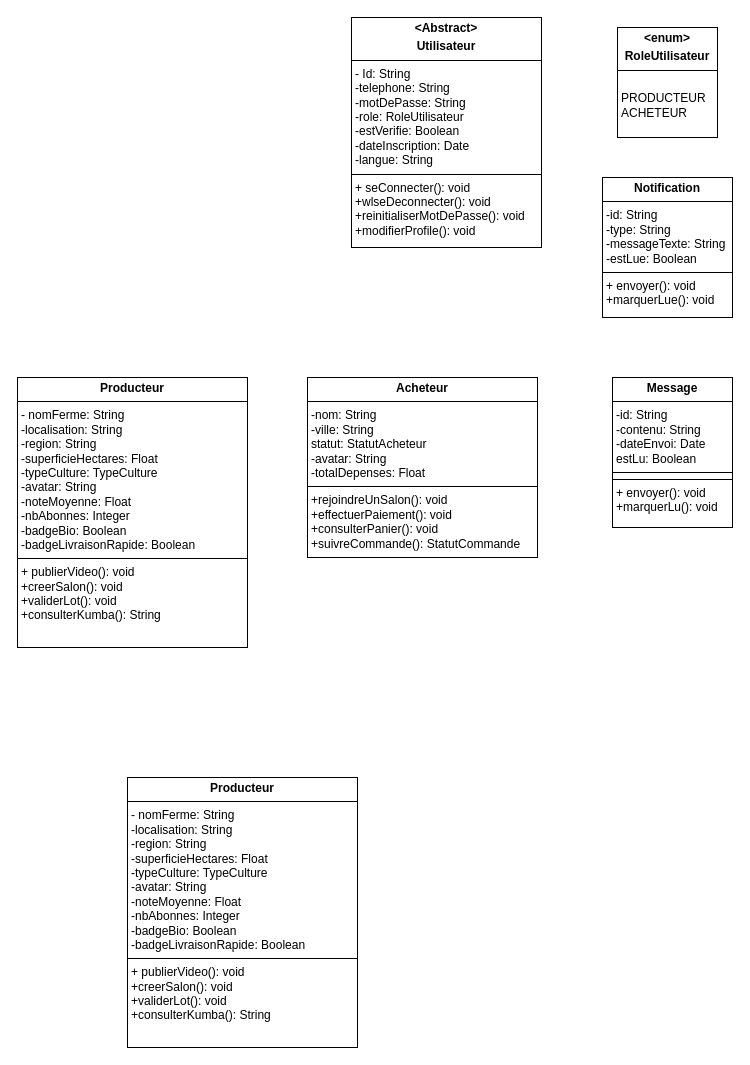
Awa425/agritech-backend keeps this draw.io diagram as Untitled Diagram.drawio. Above is the earlier version. Source tidied: cells renumbered, new cells numbered last; positions are measured from the earlier drawing's top-left corner, leaving out a move shared by most shapes. Both pictures are drawn from the tidied source at 100%, with x=0, y=0 at pixel (17, 17).
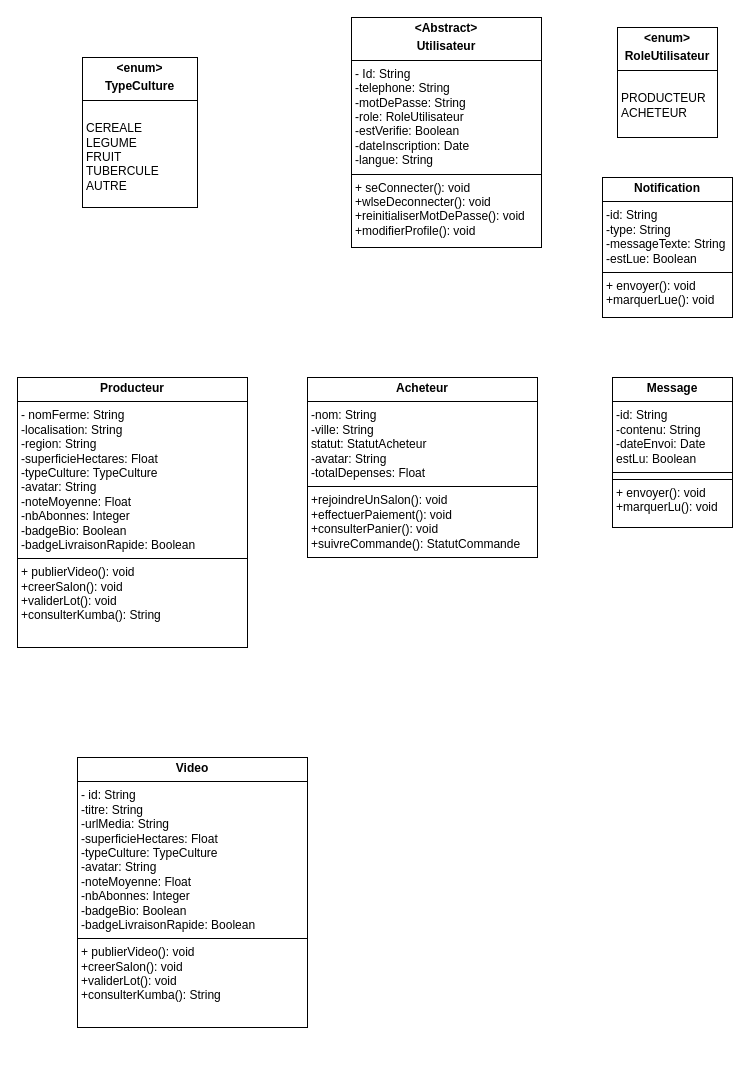
The same diagram, later.

The edit, as a diff of the source:
```diff
@@
 <mxGraphModel>
   <root>
     <mxCell id="0" />
     <mxCell id="1" parent="0" />
     <mxCell id="2" value="&lt;p style=&quot;margin:0px;margin-top:4px;text-align:center;&quot;&gt;&lt;b&gt;&amp;lt;Abstract&amp;gt;&lt;/b&gt;&lt;/p&gt;&lt;p style=&quot;margin:0px;margin-top:4px;text-align:center;&quot;&gt;&lt;b&gt;Utilisateur&lt;/b&gt;&lt;/p&gt;&lt;hr size=&quot;1&quot; style=&quot;border-style:solid;&quot;&gt;&lt;p style=&quot;margin:0px;margin-left:4px;&quot;&gt;- Id: String&lt;/p&gt;&lt;p style=&quot;margin:0px;margin-left:4px;&quot;&gt;-telephone: String&lt;/p&gt;&lt;p style=&quot;margin:0px;margin-left:4px;&quot;&gt;-motDePasse: String&lt;/p&gt;&lt;p style=&quot;margin:0px;margin-left:4px;&quot;&gt;-role: RoleUtilisateur&lt;/p&gt;&lt;p style=&quot;margin:0px;margin-left:4px;&quot;&gt;-estVerifie: Boolean&lt;/p&gt;&lt;p style=&quot;margin:0px;margin-left:4px;&quot;&gt;-dateInscription: Date&lt;/p&gt;&lt;p style=&quot;margin:0px;margin-left:4px;&quot;&gt;-langue: String&lt;/p&gt;&lt;hr size=&quot;1&quot; style=&quot;border-style:solid;&quot;&gt;&lt;p style=&quot;margin:0px;margin-left:4px;&quot;&gt;+ seConnecter(): void&lt;/p&gt;&lt;p style=&quot;margin:0px;margin-left:4px;&quot;&gt;+wlseDeconnecter(): void&lt;/p&gt;&lt;p style=&quot;margin:0px;margin-left:4px;&quot;&gt;+reinitialiserMotDePasse(): void&lt;/p&gt;&lt;p style=&quot;margin:0px;margin-left:4px;&quot;&gt;+modifierProfile(): void&lt;/p&gt;" style="verticalAlign=top;align=left;overflow=fill;html=1;whiteSpace=wrap;" parent="1" vertex="1">
       <mxGeometry x="334" width="190" height="230" as="geometry" />
     </mxCell>
     <mxCell id="3" value="&lt;p style=&quot;margin:0px;margin-top:4px;text-align:center;&quot;&gt;&lt;b&gt;Acheteur&lt;/b&gt;&lt;/p&gt;&lt;hr size=&quot;1&quot; style=&quot;border-style:solid;&quot;&gt;&lt;p style=&quot;margin:0px;margin-left:4px;&quot;&gt;-nom: String&lt;/p&gt;&lt;p style=&quot;margin:0px;margin-left:4px;&quot;&gt;-ville: String&lt;/p&gt;&lt;p style=&quot;margin:0px;margin-left:4px;&quot;&gt;statut: StatutAcheteur&lt;/p&gt;&lt;p style=&quot;margin:0px;margin-left:4px;&quot;&gt;-avatar: String&lt;/p&gt;&lt;p style=&quot;margin:0px;margin-left:4px;&quot;&gt;-totalDepenses: Float&lt;/p&gt;&lt;hr size=&quot;1&quot; style=&quot;border-style:solid;&quot;&gt;&lt;p style=&quot;margin:0px;margin-left:4px;&quot;&gt;+rejoindreUnSalon(): void&lt;/p&gt;&lt;p style=&quot;margin:0px;margin-left:4px;&quot;&gt;+effectuerPaiement(): void&lt;/p&gt;&lt;p style=&quot;margin:0px;margin-left:4px;&quot;&gt;+consulterPanier(): void&lt;/p&gt;&lt;p style=&quot;margin:0px;margin-left:4px;&quot;&gt;+suivreCommande(): StatutCommande&lt;/p&gt;" style="verticalAlign=top;align=left;overflow=fill;html=1;whiteSpace=wrap;" parent="1" vertex="1">
       <mxGeometry x="290" y="360" width="230" height="180" as="geometry" />
     </mxCell>
     <mxCell id="4" value="&lt;p style=&quot;margin:0px;margin-top:4px;text-align:center;&quot;&gt;&lt;b&gt;&amp;lt;enum&amp;gt;&lt;/b&gt;&lt;/p&gt;&lt;p style=&quot;margin:0px;margin-top:4px;text-align:center;&quot;&gt;&lt;b&gt;RoleUtilisateur&lt;/b&gt;&lt;/p&gt;&lt;hr size=&quot;1&quot; style=&quot;border-style:solid;&quot;&gt;&lt;p style=&quot;margin:0px;margin-left:4px;&quot;&gt;&lt;br&gt;&lt;/p&gt;&lt;p style=&quot;margin:0px;margin-left:4px;&quot;&gt;PRODUCTEUR&lt;/p&gt;&lt;p style=&quot;margin:0px;margin-left:4px;&quot;&gt;ACHETEUR&lt;/p&gt;" style="verticalAlign=top;align=left;overflow=fill;html=1;whiteSpace=wrap;" parent="1" vertex="1">
       <mxGeometry x="600" y="10" width="100" height="110" as="geometry" />
     </mxCell>
     <mxCell id="5" value="&lt;p style=&quot;margin:0px;margin-top:4px;text-align:center;&quot;&gt;&lt;b&gt;Message&lt;/b&gt;&lt;/p&gt;&lt;hr size=&quot;1&quot; style=&quot;border-style:solid;&quot;&gt;&lt;p style=&quot;margin:0px;margin-left:4px;&quot;&gt;-id: String&lt;/p&gt;&lt;p style=&quot;margin:0px;margin-left:4px;&quot;&gt;-contenu: String&lt;/p&gt;&lt;p style=&quot;margin:0px;margin-left:4px;&quot;&gt;-dateEnvoi: Date&lt;/p&gt;&lt;p style=&quot;margin:0px;margin-left:4px;&quot;&gt;estLu: Boolean&lt;/p&gt;&lt;hr size=&quot;1&quot; style=&quot;border-style:solid;&quot;&gt;&lt;hr size=&quot;1&quot; style=&quot;border-style: solid;&quot;&gt;&lt;p style=&quot;margin: 0px 0px 0px 4px;&quot;&gt;+ envoyer(): void&lt;/p&gt;&lt;p style=&quot;margin: 0px 0px 0px 4px;&quot;&gt;+marquerLu(): void&lt;/p&gt;" style="verticalAlign=top;align=left;overflow=fill;html=1;whiteSpace=wrap;" parent="1" vertex="1">
       <mxGeometry x="595" y="360" width="120" height="150" as="geometry" />
     </mxCell>
     <mxCell id="6" value="&lt;p style=&quot;margin:0px;margin-top:4px;text-align:center;&quot;&gt;&lt;b&gt;Notification&lt;/b&gt;&lt;/p&gt;&lt;hr size=&quot;1&quot; style=&quot;border-style:solid;&quot;&gt;&lt;p style=&quot;margin:0px;margin-left:4px;&quot;&gt;-id: String&lt;/p&gt;&lt;p style=&quot;margin:0px;margin-left:4px;&quot;&gt;-type: String&lt;/p&gt;&lt;p style=&quot;margin:0px;margin-left:4px;&quot;&gt;-messageTexte: String&lt;/p&gt;&lt;p style=&quot;margin:0px;margin-left:4px;&quot;&gt;-estLue: Boolean&lt;/p&gt;&lt;hr size=&quot;1&quot; style=&quot;border-style:solid;&quot;&gt;&lt;p style=&quot;margin:0px;margin-left:4px;&quot;&gt;+ envoyer(): void&lt;/p&gt;&lt;p style=&quot;margin:0px;margin-left:4px;&quot;&gt;+marquerLue(): void&lt;/p&gt;" style="verticalAlign=top;align=left;overflow=fill;html=1;whiteSpace=wrap;" parent="1" vertex="1">
       <mxGeometry x="585" y="160" width="130" height="140" as="geometry" />
     </mxCell>
     <mxCell id="7" value="&lt;p style=&quot;margin:0px;margin-top:4px;text-align:center;&quot;&gt;&lt;b&gt;Producteur&lt;/b&gt;&lt;/p&gt;&lt;hr size=&quot;1&quot; style=&quot;border-style:solid;&quot;&gt;&lt;p style=&quot;margin:0px;margin-left:4px;&quot;&gt;- nomFerme: String&lt;/p&gt;&lt;p style=&quot;margin:0px;margin-left:4px;&quot;&gt;-localisation: String&lt;/p&gt;&lt;p style=&quot;margin:0px;margin-left:4px;&quot;&gt;-region: String&lt;/p&gt;&lt;p style=&quot;margin:0px;margin-left:4px;&quot;&gt;-superficieHectares: Float&lt;/p&gt;&lt;p style=&quot;margin:0px;margin-left:4px;&quot;&gt;-typeCulture: TypeCulture&lt;/p&gt;&lt;p style=&quot;margin:0px;margin-left:4px;&quot;&gt;-avatar: String&lt;/p&gt;&lt;p style=&quot;margin:0px;margin-left:4px;&quot;&gt;-noteMoyenne: Float&lt;/p&gt;&lt;p style=&quot;margin:0px;margin-left:4px;&quot;&gt;-nbAbonnes: Integer&lt;/p&gt;&lt;p style=&quot;margin:0px;margin-left:4px;&quot;&gt;-badgeBio: Boolean&lt;/p&gt;&lt;p style=&quot;margin:0px;margin-left:4px;&quot;&gt;-badgeLivraisonRapide: Boolean&lt;/p&gt;&lt;hr size=&quot;1&quot; style=&quot;border-style:solid;&quot;&gt;&lt;p style=&quot;margin:0px;margin-left:4px;&quot;&gt;+ publierVideo(): void&lt;/p&gt;&lt;p style=&quot;margin:0px;margin-left:4px;&quot;&gt;+creerSalon(): void&lt;/p&gt;&lt;p style=&quot;margin:0px;margin-left:4px;&quot;&gt;+validerLot(): void&lt;/p&gt;&lt;p style=&quot;margin:0px;margin-left:4px;&quot;&gt;+consulterKumba(): String&lt;/p&gt;" style="verticalAlign=top;align=left;overflow=fill;html=1;whiteSpace=wrap;" parent="1" vertex="1">
       <mxGeometry y="360" width="230" height="270" as="geometry" />
     </mxCell>
-    <mxCell id="8" value="&lt;p style=&quot;margin:0px;margin-top:4px;text-align:center;&quot;&gt;&lt;b&gt;Producteur&lt;/b&gt;&lt;/p&gt;&lt;hr size=&quot;1&quot; style=&quot;border-style:solid;&quot;&gt;&lt;p style=&quot;margin:0px;margin-left:4px;&quot;&gt;- nomFerme: String&lt;/p&gt;&lt;p style=&quot;margin:0px;margin-left:4px;&quot;&gt;-localisation: String&lt;/p&gt;&lt;p style=&quot;margin:0px;margin-left:4px;&quot;&gt;-region: String&lt;/p&gt;&lt;p style=&quot;margin:0px;margin-left:4px;&quot;&gt;-superficieHectares: Float&lt;/p&gt;&lt;p style=&quot;margin:0px;margin-left:4px;&quot;&gt;-typeCulture: TypeCulture&lt;/p&gt;&lt;p style=&quot;margin:0px;margin-left:4px;&quot;&gt;-avatar: String&lt;/p&gt;&lt;p style=&quot;margin:0px;margin-left:4px;&quot;&gt;-noteMoyenne: Float&lt;/p&gt;&lt;p style=&quot;margin:0px;margin-left:4px;&quot;&gt;-nbAbonnes: Integer&lt;/p&gt;&lt;p style=&quot;margin:0px;margin-left:4px;&quot;&gt;-badgeBio: Boolean&lt;/p&gt;&lt;p style=&quot;margin:0px;margin-left:4px;&quot;&gt;-badgeLivraisonRapide: Boolean&lt;/p&gt;&lt;hr size=&quot;1&quot; style=&quot;border-style:solid;&quot;&gt;&lt;p style=&quot;margin:0px;margin-left:4px;&quot;&gt;+ publierVideo(): void&lt;/p&gt;&lt;p style=&quot;margin:0px;margin-left:4px;&quot;&gt;+creerSalon(): void&lt;/p&gt;&lt;p style=&quot;margin:0px;margin-left:4px;&quot;&gt;+validerLot(): void&lt;/p&gt;&lt;p style=&quot;margin:0px;margin-left:4px;&quot;&gt;+consulterKumba(): String&lt;/p&gt;" style="verticalAlign=top;align=left;overflow=fill;html=1;whiteSpace=wrap;" parent="1" vertex="1">
-      <mxGeometry x="110" y="760" width="230" height="270" as="geometry" />
+    <mxCell id="8" value="&lt;p style=&quot;margin:0px;margin-top:4px;text-align:center;&quot;&gt;&lt;b&gt;Video&lt;/b&gt;&lt;/p&gt;&lt;hr size=&quot;1&quot; style=&quot;border-style:solid;&quot;&gt;&lt;p style=&quot;margin:0px;margin-left:4px;&quot;&gt;- id: String&lt;/p&gt;&lt;p style=&quot;margin:0px;margin-left:4px;&quot;&gt;-titre: String&lt;/p&gt;&lt;p style=&quot;margin:0px;margin-left:4px;&quot;&gt;-urlMedia: String&lt;/p&gt;&lt;p style=&quot;margin:0px;margin-left:4px;&quot;&gt;-superficieHectares: Float&lt;/p&gt;&lt;p style=&quot;margin:0px;margin-left:4px;&quot;&gt;-typeCulture: TypeCulture&lt;/p&gt;&lt;p style=&quot;margin:0px;margin-left:4px;&quot;&gt;-avatar: String&lt;/p&gt;&lt;p style=&quot;margin:0px;margin-left:4px;&quot;&gt;-noteMoyenne: Float&lt;/p&gt;&lt;p style=&quot;margin:0px;margin-left:4px;&quot;&gt;-nbAbonnes: Integer&lt;/p&gt;&lt;p style=&quot;margin:0px;margin-left:4px;&quot;&gt;-badgeBio: Boolean&lt;/p&gt;&lt;p style=&quot;margin:0px;margin-left:4px;&quot;&gt;-badgeLivraisonRapide: Boolean&lt;/p&gt;&lt;hr size=&quot;1&quot; style=&quot;border-style:solid;&quot;&gt;&lt;p style=&quot;margin:0px;margin-left:4px;&quot;&gt;+ publierVideo(): void&lt;/p&gt;&lt;p style=&quot;margin:0px;margin-left:4px;&quot;&gt;+creerSalon(): void&lt;/p&gt;&lt;p style=&quot;margin:0px;margin-left:4px;&quot;&gt;+validerLot(): void&lt;/p&gt;&lt;p style=&quot;margin:0px;margin-left:4px;&quot;&gt;+consulterKumba(): String&lt;/p&gt;" style="verticalAlign=top;align=left;overflow=fill;html=1;whiteSpace=wrap;" parent="1" vertex="1">
+      <mxGeometry x="60" y="740" width="230" height="270" as="geometry" />
     </mxCell>
+    <mxCell id="9" value="&lt;p style=&quot;margin:0px;margin-top:4px;text-align:center;&quot;&gt;&lt;b&gt;&amp;lt;enum&amp;gt;&lt;/b&gt;&lt;/p&gt;&lt;p style=&quot;margin:0px;margin-top:4px;text-align:center;&quot;&gt;&lt;b&gt;TypeCulture&lt;/b&gt;&lt;/p&gt;&lt;hr size=&quot;1&quot; style=&quot;border-style:solid;&quot;&gt;&lt;p style=&quot;margin:0px;margin-left:4px;&quot;&gt;&lt;br&gt;&lt;/p&gt;&lt;p style=&quot;margin:0px;margin-left:4px;&quot;&gt;CEREALE&lt;/p&gt;&lt;p style=&quot;margin:0px;margin-left:4px;&quot;&gt;LEGUME&lt;/p&gt;&lt;p style=&quot;margin:0px;margin-left:4px;&quot;&gt;FRUIT&lt;/p&gt;&lt;p style=&quot;margin:0px;margin-left:4px;&quot;&gt;TUBERCULE&lt;/p&gt;&lt;p style=&quot;margin:0px;margin-left:4px;&quot;&gt;AUTRE&lt;/p&gt;" style="verticalAlign=top;align=left;overflow=fill;html=1;whiteSpace=wrap;" parent="1" vertex="1">
+      <mxGeometry x="65" y="40" width="115" height="150" as="geometry" />
+    </mxCell>
   </root>
 </mxGraphModel>
```
